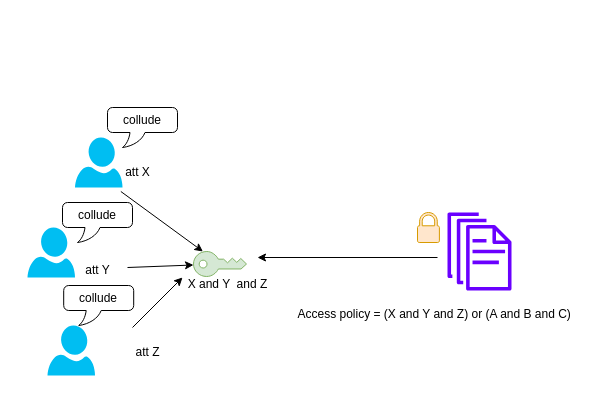
Before: AttackABE.drawio in huyle84/diagrams, a draw.io diagram. Source tidied: cells renumbered, new cells numbered last; positions are measured from the earlier drawing's top-left corner, leaving out a move shared by most shapes. Both pictures are drawn from the tidied source at 100%, with x=0, y=0 at pixel (27, 107).
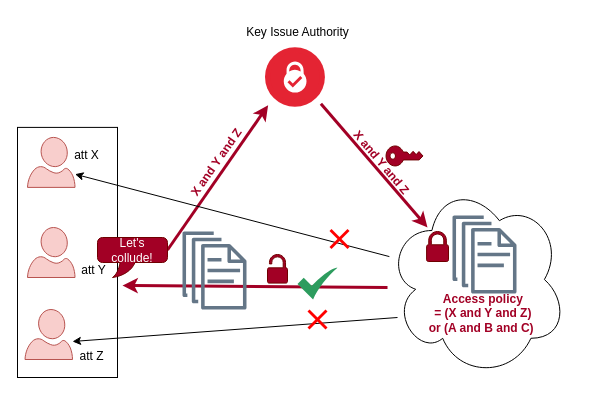
Above is the later version.

Change to the diagram source:
```diff
@@
+    <mxCell id="20" style="rounded=0;whiteSpace=wrap;html=1;" parent="1" vertex="1">
+      <mxGeometry x="-10" y="19.9" width="100" height="250.1" as="geometry" />
+    </mxCell>
+    <mxCell id="21" style="ellipse;shape=cloud;whiteSpace=wrap;html=1;" parent="1" vertex="1">
+      <mxGeometry x="359.4" y="74" width="180" height="196" as="geometry" />
+    </mxCell>
-    <mxCell id="2" style="verticalLabelPosition=bottom;html=1;verticalAlign=top;align=center;strokeColor=none;fillColor=#00BEF2;shape=mxgraph.azure.user;" parent="1" vertex="1">
-      <mxGeometry x="47.5" y="30" width="47.5" height="50" as="geometry" />
+    <mxCell id="2" style="verticalLabelPosition=bottom;html=1;verticalAlign=top;align=center;strokeColor=#b85450;fillColor=#f8cecc;shape=mxgraph.azure.user;" parent="1" vertex="1">
+      <mxGeometry y="29.9" width="47.5" height="50" as="geometry" />
     </mxCell>
-    <mxCell id="3" style="verticalLabelPosition=bottom;html=1;verticalAlign=top;align=center;strokeColor=none;fillColor=#00BEF2;shape=mxgraph.azure.user;" parent="1" vertex="1">
+    <mxCell id="3" style="verticalLabelPosition=bottom;html=1;verticalAlign=top;align=center;strokeColor=#b85450;fillColor=#f8cecc;shape=mxgraph.azure.user;" parent="1" vertex="1">
       <mxGeometry y="120" width="47.5" height="50" as="geometry" />
     </mxCell>
-    <mxCell id="4" style="verticalLabelPosition=bottom;html=1;verticalAlign=top;align=center;strokeColor=none;fillColor=#00BEF2;shape=mxgraph.azure.user;" parent="1" vertex="1">
-      <mxGeometry x="20" y="218" width="47.5" height="50" as="geometry" />
+    <mxCell id="4" style="verticalLabelPosition=bottom;html=1;verticalAlign=top;align=center;strokeColor=#b85450;fillColor=#f8cecc;shape=mxgraph.azure.user;" parent="1" vertex="1">
+      <mxGeometry x="-2.5" y="202" width="47.5" height="50" as="geometry" />
     </mxCell>
-    <mxCell id="5" style="sketch=0;fillColor=#6a00ff;strokeColor=#3700CC;dashed=0;verticalLabelPosition=bottom;verticalAlign=top;align=center;html=1;fontSize=12;fontStyle=0;shape=mxgraph.aws4.documents;fontColor=#ffffff;" parent="1" vertex="1">
-      <mxGeometry x="420" y="105" width="64" height="78" as="geometry" />
+    <mxCell id="5" style="sketch=0;dashed=0;verticalLabelPosition=bottom;verticalAlign=top;align=center;html=1;fontSize=12;fontStyle=0;shape=mxgraph.aws4.documents;fillColor=#647687;strokeColor=#314354;fontColor=#ffffff;" parent="1" vertex="1">
+      <mxGeometry x="425" y="108" width="64" height="78" as="geometry" />
     </mxCell>
-    <mxCell id="6" value="Access policy = (X and Y and Z) or (A and B and C) &amp;nbsp;" style="text;html=1;align=center;verticalAlign=middle;strokeColor=none;fillColor=none;" parent="1" vertex="1">
-      <mxGeometry x="260" y="192" width="300" height="30" as="geometry" />
+    <mxCell id="6" value="&lt;b&gt;&lt;font color=&quot;#a20025&quot;&gt;Access policy&amp;nbsp;&lt;/font&gt;&lt;/b&gt;&lt;div&gt;&lt;b&gt;&lt;font color=&quot;#a20025&quot;&gt;= (X and Y and Z)&amp;nbsp;&lt;/font&gt;&lt;/b&gt;&lt;/div&gt;&lt;div&gt;&lt;b&gt;&lt;font color=&quot;#a20025&quot;&gt;or (A and B and C) &amp;nbsp;&lt;/font&gt;&lt;/b&gt;&lt;/div&gt;" style="text;html=1;align=center;verticalAlign=middle;strokeColor=none;fillColor=none;" parent="1" vertex="1">
+      <mxGeometry x="387" y="176" width="140" height="60" as="geometry" />
     </mxCell>
     <mxCell id="7" value="att X" style="text;html=1;align=center;verticalAlign=middle;points=[];strokeColor=none;fillColor=none;" parent="1" vertex="1">
-      <mxGeometry x="85" y="50" width="50" height="30" as="geometry" />
+      <mxGeometry x="34" y="32.9" width="50" height="30" as="geometry" />
     </mxCell>
     <mxCell id="8" value="att Y" style="text;html=1;align=center;verticalAlign=middle;strokeColor=none;fillColor=none;" parent="1" vertex="1">
-      <mxGeometry x="45" y="148" width="50" height="30" as="geometry" />
+      <mxGeometry x="41" y="148" width="50" height="30" as="geometry" />
     </mxCell>
     <mxCell id="9" value="att Z" style="text;html=1;align=center;verticalAlign=middle;strokeColor=none;fillColor=none;" parent="1" vertex="1">
-      <mxGeometry x="95" y="230" width="50" height="30" as="geometry" />
+      <mxGeometry x="39" y="234" width="50" height="30" as="geometry" />
     </mxCell>
-    <mxCell id="10" style="sketch=0;shadow=0;dashed=0;html=1;strokeColor=#d79b00;labelPosition=center;verticalLabelPosition=bottom;verticalAlign=top;align=center;shape=mxgraph.office.security.lock_protected;fillColor=#ffe6cc;" parent="1" vertex="1">
-      <mxGeometry x="390" y="105" width="21.9" height="30" as="geometry" />
+    <mxCell id="10" style="sketch=0;shadow=0;dashed=0;html=1;strokeColor=#6F0000;labelPosition=center;verticalLabelPosition=bottom;verticalAlign=top;align=center;shape=mxgraph.office.security.lock_protected;fillColor=#a20025;fontColor=#ffffff;" parent="1" vertex="1">
+      <mxGeometry x="399.1" y="124" width="21.9" height="30" as="geometry" />
     </mxCell>
-    <mxCell id="11" style="sketch=0;shadow=0;dashed=0;html=1;strokeColor=#82b366;labelPosition=center;verticalLabelPosition=bottom;verticalAlign=top;outlineConnect=0;align=center;shape=mxgraph.office.security.key_permissions;fillColor=#d5e8d4;rotation=-90;" parent="1" vertex="1">
-      <mxGeometry x="180" y="130" width="25" height="53" as="geometry" />
+    <mxCell id="11" style="sketch=0;shadow=0;dashed=0;html=1;strokeColor=#6F0000;labelPosition=center;verticalLabelPosition=bottom;verticalAlign=top;outlineConnect=0;align=center;shape=mxgraph.office.security.key_permissions;fillColor=#a20025;rotation=-90;fontColor=#ffffff;" parent="1" vertex="1">
+      <mxGeometry x="367" y="30" width="20" height="36.9" as="geometry" />
     </mxCell>
-    <mxCell id="12" style="endArrow=classic;html=1;rounded=0;exitX=0.167;exitY=1.133;exitDx=0;exitDy=0;exitPerimeter=0;" parent="1" edge="1" source="7" target="11">
-      <mxGeometry relative="1" as="geometry" />
+    <mxCell id="12" style="endArrow=classic;html=1;rounded=0;exitX=0.167;exitY=1.133;exitDx=0;exitDy=0;exitPerimeter=0;strokeWidth=3;strokeColor=#A20025;" parent="1" edge="1">
+      <mxGeometry relative="1" as="geometry">
+        <mxPoint x="293.4" y="-3.8" as="sourcePoint" />
+        <mxPoint x="400" y="120" as="targetPoint" />
+      </mxGeometry>
     </mxCell>
-    <mxCell id="13" style="endArrow=classic;html=1;rounded=0;" parent="1" edge="1" target="11">
-      <mxGeometry relative="1" as="geometry">
-        <mxPoint x="100" y="160" as="sourcePoint" />
-      </mxGeometry>
+    <mxCell id="13" style="endArrow=classic;html=1;rounded=0;entryX=0.044;entryY=0.961;entryDx=0;entryDy=0;exitX=0;exitY=0;exitDx=70;exitDy=12.5;exitPerimeter=0;entryPerimeter=0;strokeWidth=3;fillColor=#a20025;strokeColor=#A20025;" parent="1" edge="1" source="17" target="23">
+      <mxGeometry relative="1" as="geometry" />
     </mxCell>
-    <mxCell id="14" style="endArrow=classic;html=1;rounded=0;" parent="1" edge="1">
-      <mxGeometry relative="1" as="geometry">
-        <mxPoint x="105" y="220" as="sourcePoint" />
-        <mxPoint x="155" y="170" as="targetPoint" />
-      </mxGeometry>
-    </mxCell>
-    <mxCell id="15" value="X and Y &amp;nbsp;and Z" style="text;html=1;align=center;verticalAlign=middle;strokeColor=none;fillColor=none;" parent="1" vertex="1">
-      <mxGeometry x="150" y="162" width="100" height="30" as="geometry" />
+    <mxCell id="15" value="&lt;font color=&quot;#a20025&quot;&gt;X and Y and Z&lt;/font&gt;" style="text;html=1;align=center;verticalAlign=middle;strokeColor=none;fillColor=none;rotation=-55;fontStyle=1;" parent="1" vertex="1">
+      <mxGeometry x="138.5" y="40.7" width="100" height="30" as="geometry" />
     </mxCell>
-    <mxCell id="16" style="endArrow=classic;html=1;rounded=0;" parent="1" edge="1">
+    <mxCell id="16" style="endArrow=classic;html=1;rounded=0;strokeWidth=3;strokeColor=#A20025;" parent="1" edge="1">
       <mxGeometry relative="1" as="geometry">
-        <mxPoint x="410" y="150" as="sourcePoint" />
-        <mxPoint x="230" y="150" as="targetPoint" />
+        <mxPoint x="360" y="180" as="sourcePoint" />
+        <mxPoint x="95" y="178" as="targetPoint" />
       </mxGeometry>
     </mxCell>
-    <mxCell id="17" value="collude" style="whiteSpace=wrap;html=1;shape=mxgraph.basic.roundRectCallout;dx=30;dy=15;size=5;boundedLbl=1;" parent="1" vertex="1">
-      <mxGeometry x="80" width="70" height="40" as="geometry" />
+    <mxCell id="17" value="Let's collude!" style="whiteSpace=wrap;html=1;shape=mxgraph.basic.roundRectCallout;dx=30;dy=15;size=5;boundedLbl=1;fillColor=#a20025;strokeColor=#6F0000;fontColor=#ffffff;" parent="1" vertex="1">
+      <mxGeometry x="70" y="130" width="70" height="40" as="geometry" />
     </mxCell>
-    <mxCell id="18" value="collude" style="whiteSpace=wrap;html=1;shape=mxgraph.basic.roundRectCallout;dx=30;dy=15;size=5;boundedLbl=1;" parent="1" vertex="1">
-      <mxGeometry x="35" y="95" width="70" height="40" as="geometry" />
-    </mxCell>
-    <mxCell id="19" value="collude" style="whiteSpace=wrap;html=1;shape=mxgraph.basic.roundRectCallout;dx=30;dy=15;size=5;boundedLbl=1;" parent="1" vertex="1">
-      <mxGeometry x="36.2" y="178" width="70" height="40" as="geometry" />
-    </mxCell>
+    <mxCell id="22" style="sketch=0;shadow=0;dashed=0;html=1;strokeColor=#6F0000;fillColor=#a20025;labelPosition=center;verticalLabelPosition=bottom;verticalAlign=top;align=center;shape=mxgraph.office.security.lock_unprotected;fontColor=#ffffff;" parent="1" vertex="1">
+      <mxGeometry x="240" y="147" width="20" height="28.6" as="geometry" />
+    </mxCell>
+    <mxCell id="23" style="image;perimeter=ellipsePerimeter;html=1;align=center;shadow=0;dashed=0;fontColor=#4277BB;labelBackgroundColor=default;fontSize=12;spacingTop=3;image=img/lib/ibm/blockchain/certificate_authority.svg;" parent="1" vertex="1">
+      <mxGeometry x="238" y="-60" width="60" height="60" as="geometry" />
+    </mxCell>
+    <mxCell id="24" value="Key Issue Authority" style="text;html=1;align=center;verticalAlign=middle;strokeColor=none;fillColor=none;" parent="1" vertex="1">
+      <mxGeometry x="205" y="-90" width="130" height="30" as="geometry" />
+    </mxCell>
+    <mxCell id="25" value="&lt;font color=&quot;#a20025&quot;&gt;X and Y and Z&lt;/font&gt;" style="text;html=1;align=center;verticalAlign=middle;strokeColor=none;fillColor=none;rotation=50;fontStyle=1;" parent="1" vertex="1">
+      <mxGeometry x="304" y="39.9" width="100" height="30" as="geometry" />
+    </mxCell>
+    <mxCell id="26" style="sketch=0;dashed=0;verticalLabelPosition=bottom;verticalAlign=top;align=center;html=1;fontSize=12;fontStyle=0;shape=mxgraph.aws4.documents;fillColor=#647687;strokeColor=#314354;fontColor=#ffffff;" parent="1" vertex="1">
+      <mxGeometry x="155" y="124" width="64" height="78" as="geometry" />
+    </mxCell>
+    <mxCell id="27" style="endArrow=classic;html=1;rounded=0;" parent="1" edge="1">
+      <mxGeometry relative="1" as="geometry">
+        <mxPoint x="370" y="210" as="sourcePoint" />
+        <mxPoint x="45" y="234" as="targetPoint" />
+      </mxGeometry>
+    </mxCell>
+    <mxCell id="28" style="shape=mxgraph.mockup.markup.redX;fillColor=#ff0000;html=1;shadow=0;whiteSpace=wrap;strokeColor=none;" parent="1" vertex="1">
+      <mxGeometry x="280" y="202" width="20" height="20" as="geometry" />
+    </mxCell>
+    <mxCell id="29" style="sketch=0;html=1;strokeColor=none;shadow=0;align=center;fillColor=#2D9C5E;verticalAlign=top;labelPosition=center;verticalLabelPosition=bottom;shape=mxgraph.gcp2.check;" parent="1" vertex="1">
+      <mxGeometry x="270" y="160" width="40" height="32" as="geometry" />
+    </mxCell>
+    <mxCell id="30" style="endArrow=classic;html=1;rounded=0;" parent="1" edge="1" source="21">
+      <mxGeometry relative="1" as="geometry">
+        <mxPoint x="47.5" y="66.7" as="targetPoint" />
+      </mxGeometry>
+    </mxCell>
+    <mxCell id="31" style="shape=mxgraph.mockup.markup.redX;fillColor=#ff0000;html=1;shadow=0;whiteSpace=wrap;strokeColor=none;" parent="1" vertex="1">
+      <mxGeometry x="302" y="121.4" width="20" height="20" as="geometry" />
+    </mxCell>
```
